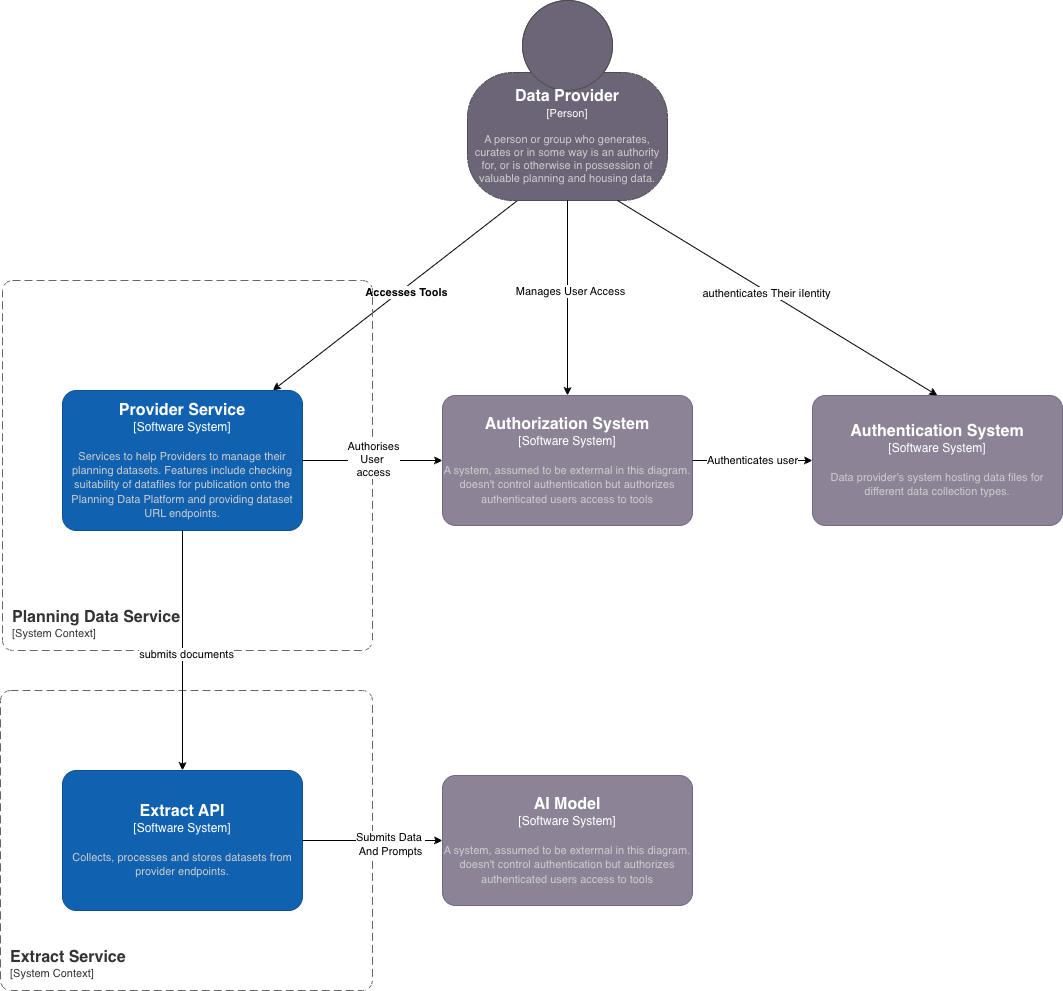
Above: images/proposals/015-extract/system-context.drawio.png in digital-land/technical-documentation (draw.io), before the change. Source tidied: cells renumbered, new cells last; positions are measured from the earlier drawing's top-left corner, leaving out a move shared by most shapes.
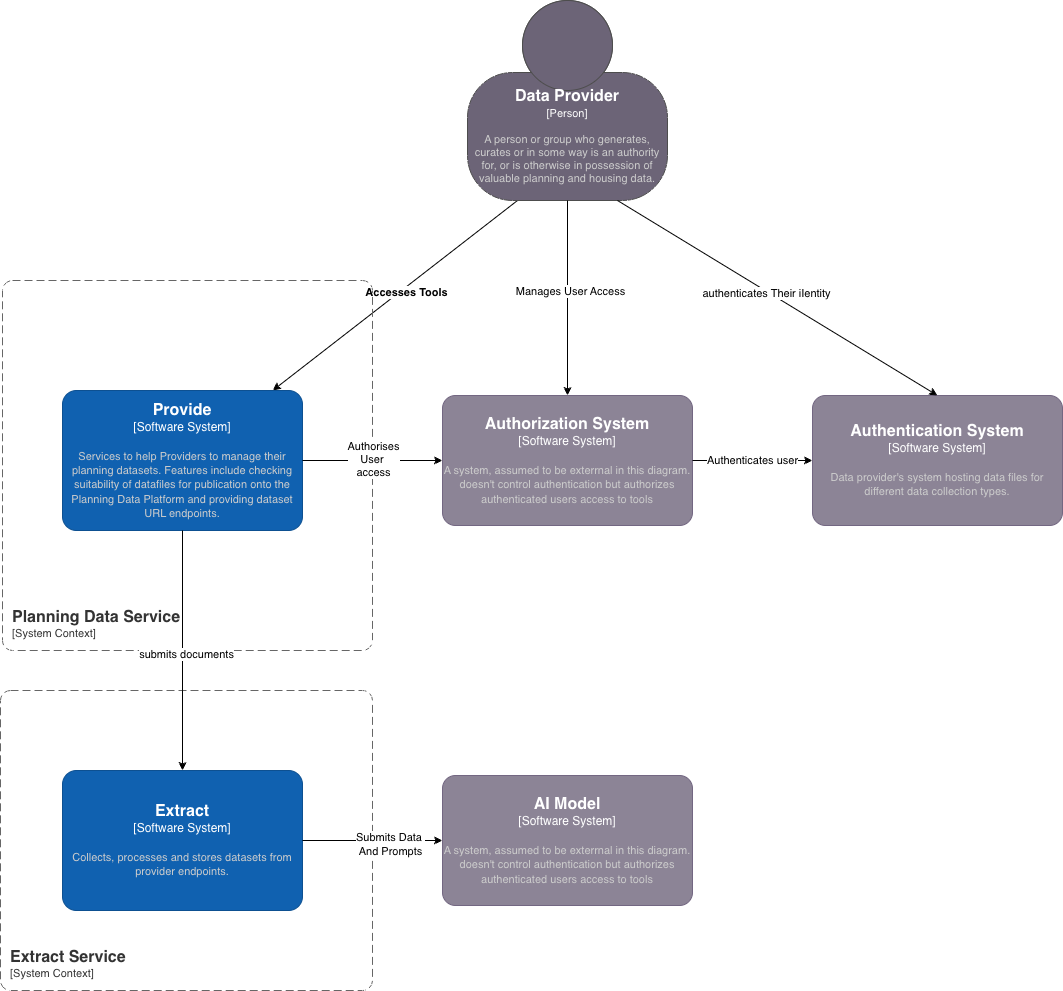
Above is the later version.

Commit message:
update and crreate diagrams

Diff of the diagram source:
```diff
@@ -18,7 +18,7 @@
         <mxGeometry x="2" y="280" width="370" height="370" as="geometry" />
       </mxCell>
     </object>
-    <object id="6" label="&lt;font style=&quot;font-size: 16px&quot;&gt;&lt;b&gt;%c4Name%&lt;/b&gt;&lt;/font&gt;&lt;div&gt;[%c4Type%]&lt;/div&gt;&lt;br&gt;&lt;div&gt;&lt;font style=&quot;font-size: 11px&quot;&gt;&lt;font color=&quot;#cccccc&quot;&gt;%c4Description%&lt;/font&gt;&lt;/div&gt;" c4Description="Services to help Providers to manage their planning datasets.  Features include checking suitability of datafiles for publication onto the Planning Data Platform and providing dataset URL endpoints." c4Name="Provider Service" c4Type="Software System" placeholders="1">
+    <object id="6" label="&lt;font style=&quot;font-size: 16px&quot;&gt;&lt;b&gt;%c4Name%&lt;/b&gt;&lt;/font&gt;&lt;div&gt;[%c4Type%]&lt;/div&gt;&lt;br&gt;&lt;div&gt;&lt;font style=&quot;font-size: 11px&quot;&gt;&lt;font color=&quot;#cccccc&quot;&gt;%c4Description%&lt;/font&gt;&lt;/div&gt;" c4Description="Services to help Providers to manage their planning datasets.  Features include checking suitability of datafiles for publication onto the Planning Data Platform and providing dataset URL endpoints." c4Name="Provide" c4Type="Software System" placeholders="1">
       <mxCell style="rounded=1;whiteSpace=wrap;html=1;labelBackgroundColor=none;fillColor=#1061B0;fontColor=#ffffff;align=center;arcSize=10;strokeColor=#0D5091;points=[[0.25,0,0],[0.5,0,0],[0.75,0,0],[1,0.25,0],[1,0.5,0],[1,0.75,0],[0.75,1,0],[0.5,1,0],[0.25,1,0],[0,0.75,0],[0,0.5,0],[0,0.25,0]];" parent="1" vertex="1">
         <mxGeometry x="62" y="390" width="240" height="140" as="geometry" />
       </mxCell>
@@ -38,7 +38,7 @@
         <mxGeometry y="690" width="372" height="300" as="geometry" />
       </mxCell>
     </object>
-    <object id="10" label="&lt;font style=&quot;font-size: 16px&quot;&gt;&lt;b&gt;%c4Name%&lt;/b&gt;&lt;/font&gt;&lt;div&gt;[%c4Type%]&lt;/div&gt;&lt;br&gt;&lt;div&gt;&lt;font style=&quot;font-size: 11px&quot;&gt;&lt;font color=&quot;#cccccc&quot;&gt;%c4Description%&lt;/font&gt;&lt;/div&gt;" c4Description="Collects, processes and stores datasets from provider endpoints." c4Name="Extract API" c4Type="Software System" placeholders="1">
+    <object id="10" label="&lt;font style=&quot;font-size: 16px&quot;&gt;&lt;b&gt;%c4Name%&lt;/b&gt;&lt;/font&gt;&lt;div&gt;[%c4Type%]&lt;/div&gt;&lt;br&gt;&lt;div&gt;&lt;font style=&quot;font-size: 11px&quot;&gt;&lt;font color=&quot;#cccccc&quot;&gt;%c4Description%&lt;/font&gt;&lt;/div&gt;" c4Description="Collects, processes and stores datasets from provider endpoints." c4Name="Extract" c4Type="Software System" placeholders="1">
       <mxCell style="rounded=1;whiteSpace=wrap;html=1;labelBackgroundColor=none;fillColor=#1061B0;fontColor=#ffffff;align=center;arcSize=10;strokeColor=#0D5091;points=[[0.25,0,0],[0.5,0,0],[0.75,0,0],[1,0.25,0],[1,0.5,0],[1,0.75,0],[0.75,1,0],[0.5,1,0],[0.25,1,0],[0,0.75,0],[0,0.5,0],[0,0.25,0]];" parent="1" vertex="1">
         <mxGeometry x="62" y="770" width="240" height="140" as="geometry" />
       </mxCell>
```
